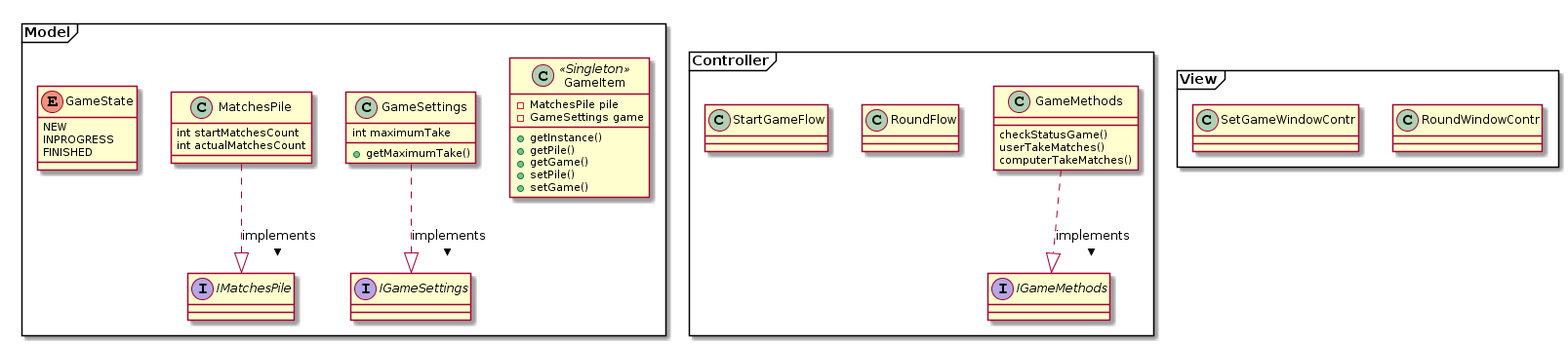
Above: github/class_diagram.png in pavelpetrcz/Mgame (PlantUML), before the change.
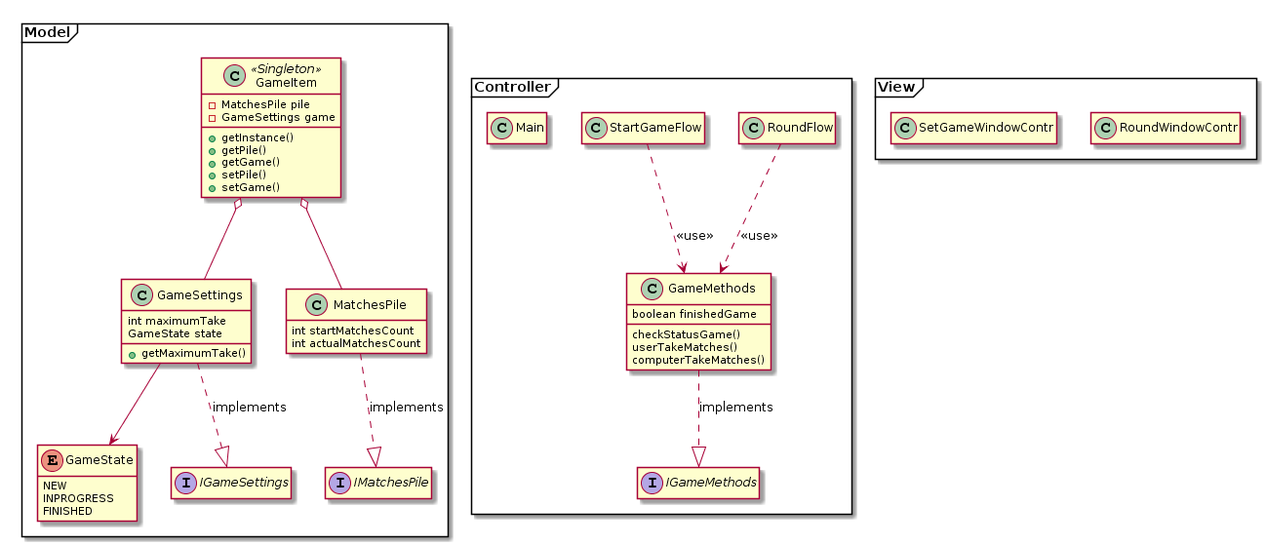
After the change.

The edit, as a diff of the source:
```diff
@@ -1,4 +1,6 @@
 @startuml
+hide empty members
+
 package Model <<Frame>> {
 	Class GameItem <<Singleton>> {
 	-MatchesPile pile
@@ -13,6 +15,7 @@
 
 	Class GameSettings {
 	int maximumTake
+	GameState state
 	+ getMaximumTake()
 	}
 
@@ -30,33 +33,38 @@
 	interface IGameSettings
 	interface IMatchesPile
 
-	MatchesPile ..|> IMatchesPile : implements >
-	GameSettings ..|> IGameSettings : implements >
+	MatchesPile ..|> IMatchesPile : implements
+	GameSettings ..|> IGameSettings : implements
+
+	GameItem o-- MatchesPile
+	GameItem o-- GameSettings
+	GameSettings --> GameState
 
 }
 
 package Controller <<Frame>> {
 	Class GameMethods {
+	boolean finishedGame
 	checkStatusGame()
 	userTakeMatches()
 	computerTakeMatches()
 	}
+
+	interface IGameMethods
 	interface IGameMethods
 
 	Class RoundFlow
+	Class StartGameFlow
+	Class Main
 
-	Class StartGameFlow
-
-	interface IGameMethods
-
-	GameMethods ..|> IGameMethods : implements >
+	GameMethods ..|> IGameMethods : implements
+	RoundFlow ..> GameMethods : <<use>>
+	StartGameFlow ..> GameMethods : <<use>>
 
 }
 
 package View <<Frame>> {
 	Class RoundWindowContr
-
 	Class SetGameWindowContr
-
 }
 @enduml
```
